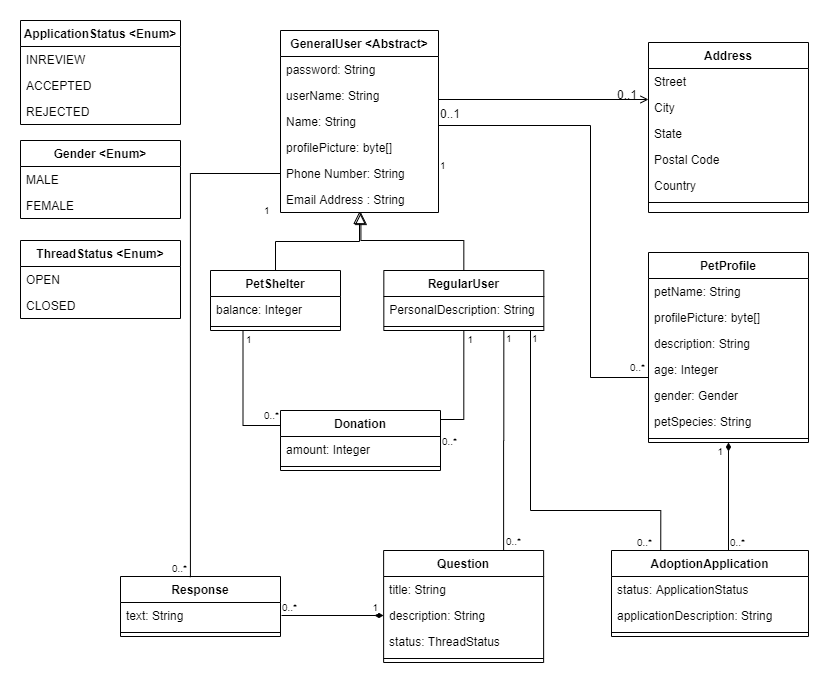
Earlier version of the draw.io export resources/Pet-Adoption-System Domain Model.png (Narimanzk/PetAdoptionApp). Source tidied: cells renumbered, new cells last; positions are measured from the earlier drawing's top-left corner, leaving out a move shared by most shapes.
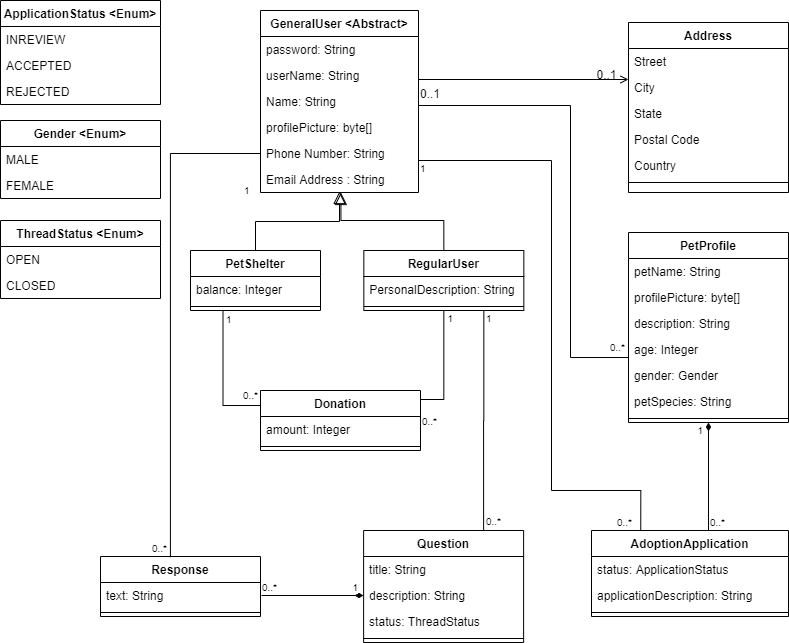
After the commit.

Commit message:
modified the model in the wiki

What changed in the source:
```diff
@@ -232,12 +232,12 @@
     </mxCell>
     <mxCell id="64" style="endArrow=none;html=1;edgeStyle=orthogonalEdgeStyle;entryX=0.25;entryY=0;entryDx=0;entryDy=0;rounded=0;" parent="1" edge="1" target="35">
       <mxGeometry relative="1" as="geometry">
-        <mxPoint x="510" y="310" as="sourcePoint" />
+        <mxPoint x="418" y="160" as="sourcePoint" />
         <Array as="points">
-          <mxPoint x="510" y="310" />
-          <mxPoint x="510" y="490" />
+          <mxPoint x="418" y="160" />
+          <mxPoint x="551" y="160" />
+          <mxPoint x="551" y="490" />
           <mxPoint x="640" y="490" />
-          <mxPoint x="640" y="582" />
         </Array>
       </mxGeometry>
     </mxCell>
@@ -259,9 +259,6 @@
         </Array>
       </mxGeometry>
     </mxCell>
-    <mxCell id="68" value="1" style="html=1;align=left;verticalAlign=bottom;labelBackgroundColor=#ffffff;fontSize=10;" parent="67" vertex="1">
-      <mxGeometry x="-1" relative="1" as="geometry" />
-    </mxCell>
     <mxCell id="69" value="0..*" style="html=1;align=right;verticalAlign=bottom;labelBackgroundColor=#ffffff;fontSize=10;" parent="67" vertex="1">
       <mxGeometry x="1" relative="1" as="geometry">
         <mxPoint x="-3" y="6" as="offset" />
```
